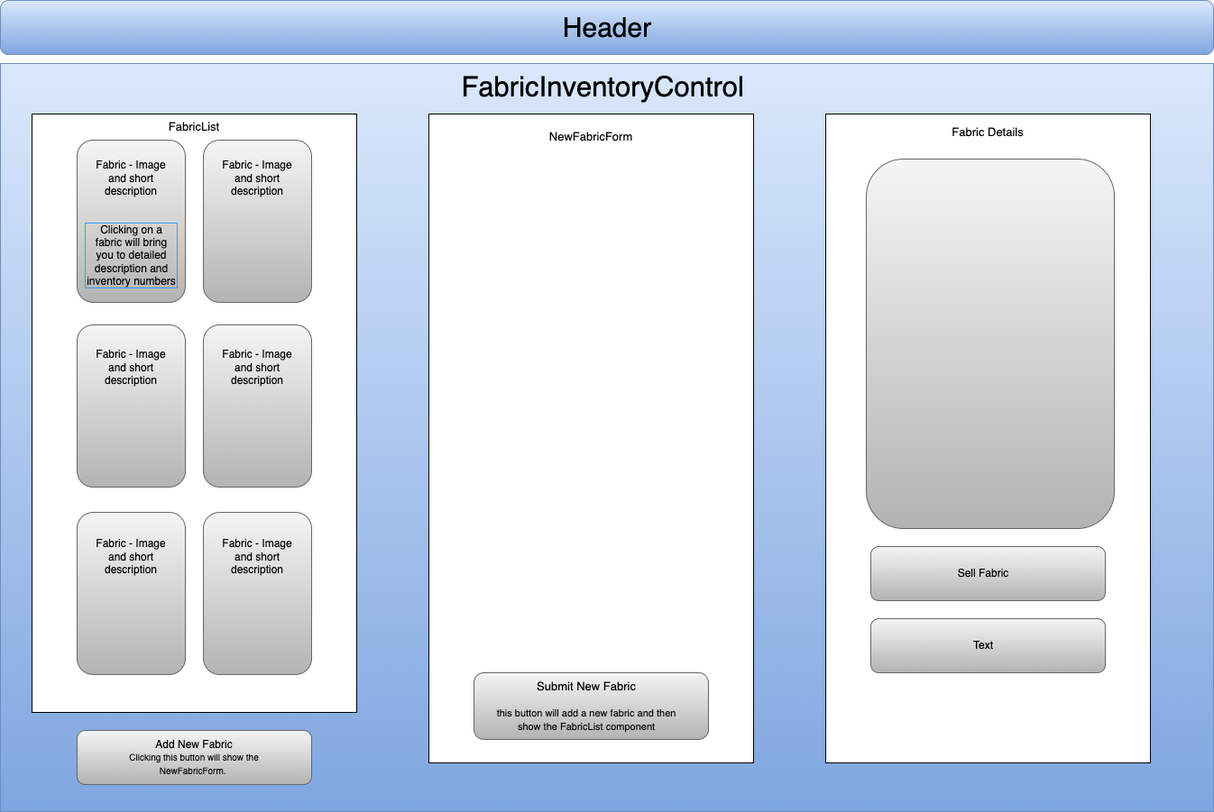
Earlier version of the draw.io export src/img/FabricStore.drawio.png (SuzSch/Fabric-Store). Source tidied: cells renumbered, new cells last; positions are measured from the earlier drawing's top-left corner, leaving out a move shared by most shapes.
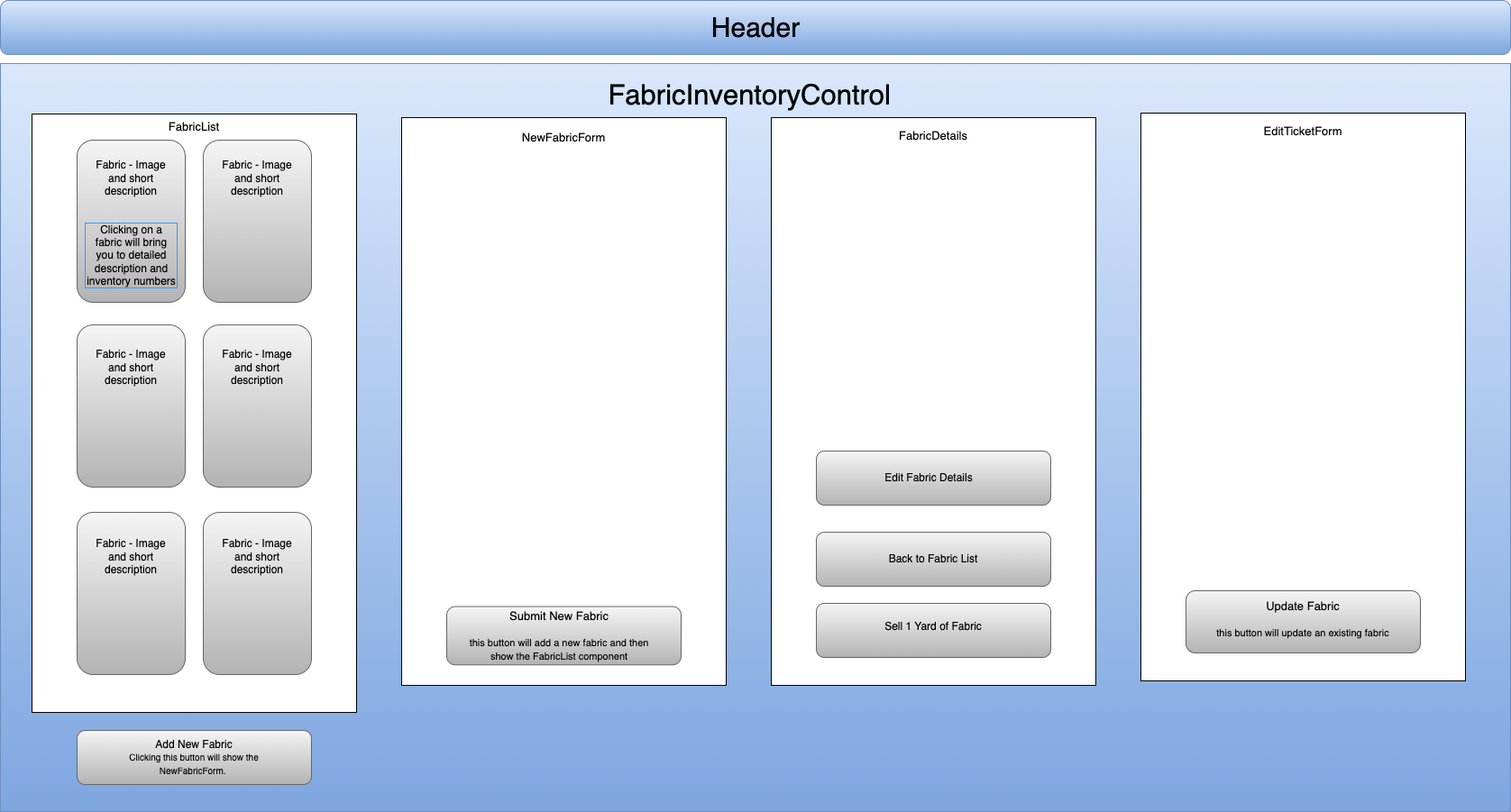
After the commit.

Commit message:
WIP editFabricForm component, WIP reusing NewFabricForm component instead of working backwards to build a reusable form, updated component diagram.

What changed in the source:
```diff
@@ -3,13 +3,13 @@
     <mxCell id="0" />
     <mxCell id="1" parent="0" />
     <mxCell id="2" style="rounded=1;whiteSpace=wrap;html=1;fillColor=#dae8fc;gradientColor=#7ea6e0;strokeColor=#6c8ebf;" parent="1" vertex="1">
-      <mxGeometry width="1345" height="60" as="geometry" />
+      <mxGeometry width="1675" height="60" as="geometry" />
     </mxCell>
     <mxCell id="3" value="&lt;font style=&quot;font-size: 30px;&quot;&gt;Header&lt;/font&gt;" style="text;html=1;strokeColor=none;fillColor=none;align=center;verticalAlign=middle;whiteSpace=wrap;rounded=0;" parent="1" vertex="1">
-      <mxGeometry x="492.5" y="15" width="360" height="30" as="geometry" />
+      <mxGeometry x="657.5" y="15" width="360" height="30" as="geometry" />
     </mxCell>
     <mxCell id="4" style="rounded=0;whiteSpace=wrap;html=1;fillColor=#dae8fc;gradientColor=#7ea6e0;strokeColor=#6c8ebf;" parent="1" vertex="1">
-      <mxGeometry y="70" width="1345" height="830" as="geometry" />
+      <mxGeometry y="70" width="1675" height="830" as="geometry" />
     </mxCell>
     <mxCell id="5" style="rounded=0;whiteSpace=wrap;html=1;" parent="1" vertex="1">
       <mxGeometry x="35" y="126" width="360" height="664" as="geometry" />
@@ -57,52 +57,58 @@
       <mxGeometry x="155" y="435" width="90" height="40" as="geometry" />
     </mxCell>
     <mxCell id="20" value="FabricInventoryControl&amp;nbsp;" style="text;html=1;strokeColor=none;fillColor=none;align=center;verticalAlign=middle;whiteSpace=wrap;rounded=0;fontSize=31;" parent="1" vertex="1">
-      <mxGeometry x="480" y="81" width="385" height="30" as="geometry" />
+      <mxGeometry x="643" y="90" width="385" height="30" as="geometry" />
     </mxCell>
     <mxCell id="21" value="FabricList" style="text;html=1;strokeColor=none;fillColor=none;align=center;verticalAlign=middle;whiteSpace=wrap;rounded=0;fontSize=13;" parent="1" vertex="1">
       <mxGeometry x="150" y="125" width="130" height="30" as="geometry" />
     </mxCell>
-    <mxCell id="22" style="group;" parent="1" vertex="1">
-      <mxGeometry x="915" y="126" width="360" height="720" as="geometry" />
+    <mxCell id="22" value="v" style="group;" parent="1" vertex="1">
+      <mxGeometry x="855" y="130" width="360" height="720" as="geometry" />
     </mxCell>
     <mxCell id="23" style="rounded=0;whiteSpace=wrap;html=1;" parent="22" vertex="1">
-      <mxGeometry width="360" height="720" as="geometry" />
+      <mxGeometry width="360" height="630" as="geometry" />
     </mxCell>
-    <mxCell id="24" style="rounded=1;whiteSpace=wrap;html=1;fillColor=#f5f5f5;gradientColor=#b3b3b3;strokeColor=#666666;" parent="22" vertex="1">
-      <mxGeometry x="45" y="50" width="275" height="410" as="geometry" />
-    </mxCell>
+    <mxCell id="27" value="FabricDetails" style="text;html=1;strokeColor=none;fillColor=none;align=center;verticalAlign=middle;whiteSpace=wrap;rounded=0;fontSize=13;" parent="22" vertex="1">
+      <mxGeometry x="115" y="5" width="130" height="30" as="geometry" />
+    </mxCell>
+    <mxCell id="39" style="group;" parent="22" vertex="1">
+      <mxGeometry x="50" y="539" width="260" height="60" as="geometry" />
+    </mxCell>
-    <mxCell id="25" style="rounded=1;whiteSpace=wrap;html=1;fillColor=#f5f5f5;gradientColor=#b3b3b3;strokeColor=#666666;" parent="22" vertex="1">
-      <mxGeometry x="50" y="480" width="260" height="60" as="geometry" />
+    <mxCell id="25" style="rounded=1;whiteSpace=wrap;html=1;fillColor=#f5f5f5;gradientColor=#b3b3b3;strokeColor=#666666;" parent="39" vertex="1">
+      <mxGeometry width="260" height="60" as="geometry" />
     </mxCell>
-    <mxCell id="26" style="rounded=1;whiteSpace=wrap;html=1;fillColor=#f5f5f5;gradientColor=#b3b3b3;strokeColor=#666666;" parent="22" vertex="1">
-      <mxGeometry x="50" y="560" width="260" height="60" as="geometry" />
-    </mxCell>
-    <mxCell id="27" value="Fabric Details" style="text;html=1;strokeColor=none;fillColor=none;align=center;verticalAlign=middle;whiteSpace=wrap;rounded=0;fontSize=13;" parent="22" vertex="1">
-      <mxGeometry x="115" y="5" width="130" height="30" as="geometry" />
-    </mxCell>
-    <mxCell id="28" value="Sell Fabric" style="text;html=1;strokeColor=none;fillColor=none;align=center;verticalAlign=middle;whiteSpace=wrap;rounded=0;" parent="22" vertex="1">
-      <mxGeometry x="70" y="495" width="210" height="30" as="geometry" />
+    <mxCell id="28" value="Sell 1 Yard of Fabric" style="text;html=1;strokeColor=none;fillColor=none;align=center;verticalAlign=middle;whiteSpace=wrap;rounded=0;" parent="39" vertex="1">
+      <mxGeometry x="25" y="11" width="210" height="30" as="geometry" />
     </mxCell>
-    <mxCell id="29" value="Text" style="text;html=1;strokeColor=none;fillColor=none;align=center;verticalAlign=middle;whiteSpace=wrap;rounded=0;" parent="22" vertex="1">
-      <mxGeometry x="70" y="575" width="210" height="30" as="geometry" />
-    </mxCell>
+    <mxCell id="40" style="rounded=1;whiteSpace=wrap;html=1;fillColor=#f5f5f5;gradientColor=#b3b3b3;strokeColor=#666666;" parent="22" vertex="1">
+      <mxGeometry x="50" y="460" width="260" height="60" as="geometry" />
+    </mxCell>
+    <mxCell id="41" value="Back to Fabric List" style="text;html=1;strokeColor=none;fillColor=none;align=center;verticalAlign=middle;whiteSpace=wrap;rounded=0;" parent="22" vertex="1">
+      <mxGeometry x="75" y="475" width="210" height="30" as="geometry" />
+    </mxCell>
+    <mxCell id="42" style="rounded=1;whiteSpace=wrap;html=1;fillColor=#f5f5f5;gradientColor=#b3b3b3;strokeColor=#666666;" parent="22" vertex="1">
+      <mxGeometry x="50" y="370" width="260" height="60" as="geometry" />
+    </mxCell>
+    <mxCell id="43" value="Edit Fabric Details" style="text;html=1;strokeColor=none;fillColor=none;align=center;verticalAlign=middle;whiteSpace=wrap;rounded=0;" parent="22" vertex="1">
+      <mxGeometry x="70" y="385" width="210" height="30" as="geometry" />
+    </mxCell>
     <mxCell id="30" style="group;" parent="1" vertex="1">
-      <mxGeometry x="475" y="126" width="360" height="720" as="geometry" />
+      <mxGeometry x="445" y="130" width="360" height="630" as="geometry" />
     </mxCell>
     <mxCell id="31" style="rounded=0;whiteSpace=wrap;html=1;" parent="30" vertex="1">
-      <mxGeometry width="360" height="720" as="geometry" />
+      <mxGeometry width="360" height="630" as="geometry" />
     </mxCell>
     <mxCell id="32" value="NewFabricForm" style="text;html=1;strokeColor=none;fillColor=none;align=center;verticalAlign=middle;whiteSpace=wrap;rounded=0;fontSize=13;" parent="30" vertex="1">
-      <mxGeometry x="115" y="10" width="130" height="30" as="geometry" />
+      <mxGeometry x="115" y="8.8" width="130" height="26.2" as="geometry" />
     </mxCell>
     <mxCell id="33" style="group;" parent="30" vertex="1">
-      <mxGeometry x="50" y="620" width="260" height="74" as="geometry" />
+      <mxGeometry x="50" y="542.5" width="260" height="64.8" as="geometry" />
     </mxCell>
     <mxCell id="34" style="rounded=1;whiteSpace=wrap;html=1;fillColor=#f5f5f5;gradientColor=#b3b3b3;strokeColor=#666666;" parent="33" vertex="1">
-      <mxGeometry width="260" height="74" as="geometry" />
+      <mxGeometry width="260" height="64.8" as="geometry" />
     </mxCell>
     <mxCell id="35" value="&lt;font style=&quot;&quot;&gt;&lt;span style=&quot;font-size: 13px;&quot;&gt;Submit New Fabric&lt;br&gt;&lt;/span&gt;&lt;br style=&quot;&quot;&gt;&lt;font style=&quot;font-size: 11px;&quot;&gt;this button will add a new fabric and then show the FabricList component&lt;/font&gt;&lt;/font&gt;" style="text;html=1;strokeColor=none;fillColor=none;align=center;verticalAlign=middle;whiteSpace=wrap;rounded=0;" parent="33" vertex="1">
-      <mxGeometry x="20" y="18.5" width="210" height="37" as="geometry" />
+      <mxGeometry x="20" y="16.2" width="210" height="32.4" as="geometry" />
     </mxCell>
     <mxCell id="36" style="group;" parent="1" vertex="1">
       <mxGeometry x="85" y="810" width="260" height="60" as="geometry" />
@@ -113,5 +119,20 @@
     <mxCell id="38" value="Add New Fabric&lt;br style=&quot;font-size: 11px;&quot;&gt;&lt;font size=&quot;1&quot;&gt;Clicking this button will show the NewFabricForm.&amp;nbsp;&lt;/font&gt;" style="text;html=1;strokeColor=none;fillColor=none;align=center;verticalAlign=middle;whiteSpace=wrap;rounded=0;" parent="36" vertex="1">
       <mxGeometry x="30" y="15" width="200" height="30" as="geometry" />
     </mxCell>
+    <mxCell id="44" style="group;" parent="1" vertex="1">
+      <mxGeometry x="1265" y="125" width="360" height="720" as="geometry" />
+    </mxCell>
+    <mxCell id="45" style="rounded=0;whiteSpace=wrap;html=1;" parent="44" vertex="1">
+      <mxGeometry width="360" height="630" as="geometry" />
+    </mxCell>
+    <mxCell id="46" value="EditTicketForm" style="text;html=1;strokeColor=none;fillColor=none;align=center;verticalAlign=middle;whiteSpace=wrap;rounded=0;fontSize=13;" parent="44" vertex="1">
+      <mxGeometry x="115" y="5" width="130" height="30" as="geometry" />
+    </mxCell>
+    <mxCell id="47" style="rounded=1;whiteSpace=wrap;html=1;fillColor=#f5f5f5;gradientColor=#b3b3b3;strokeColor=#666666;" parent="44" vertex="1">
+      <mxGeometry x="50" y="530" width="260" height="69" as="geometry" />
+    </mxCell>
+    <mxCell id="48" value="&lt;font style=&quot;&quot;&gt;&lt;span style=&quot;font-size: 13px;&quot;&gt;Update Fabric&lt;br&gt;&lt;/span&gt;&lt;br style=&quot;&quot;&gt;&lt;font style=&quot;font-size: 11px;&quot;&gt;this button will update an existing fabric&lt;/font&gt;&lt;/font&gt;" style="text;html=1;strokeColor=none;fillColor=none;align=center;verticalAlign=middle;whiteSpace=wrap;rounded=0;" parent="44" vertex="1">
+      <mxGeometry x="75" y="543.5" width="210" height="37" as="geometry" />
+    </mxCell>
   </root>
 </mxGraphModel>
```
